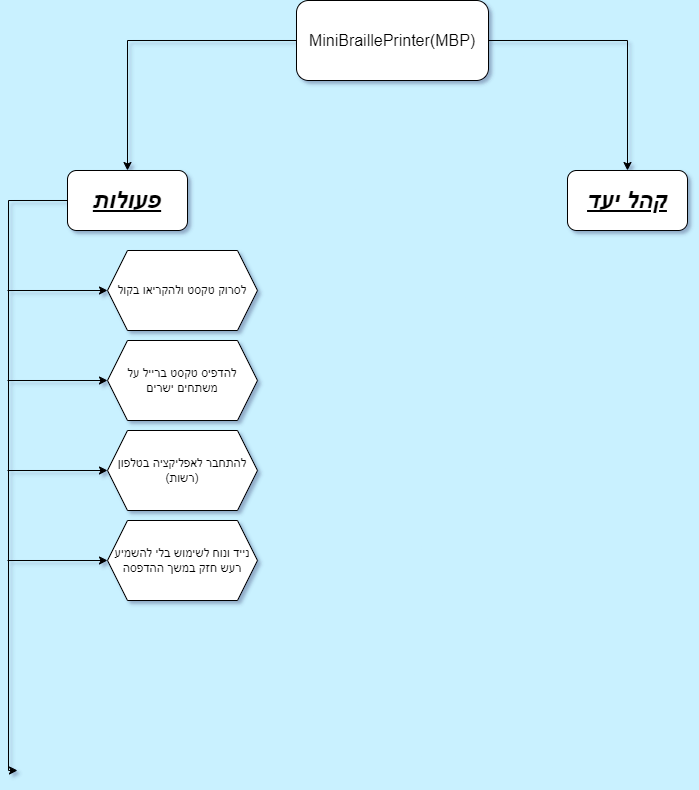
Earlier version of the draw.io export flowchart1.drawio.png (itay830/MABAT-Flowchart). Source tidied: cells renumbered, new cells last; positions are measured from the earlier drawing's top-left corner, leaving out a move shared by most shapes.
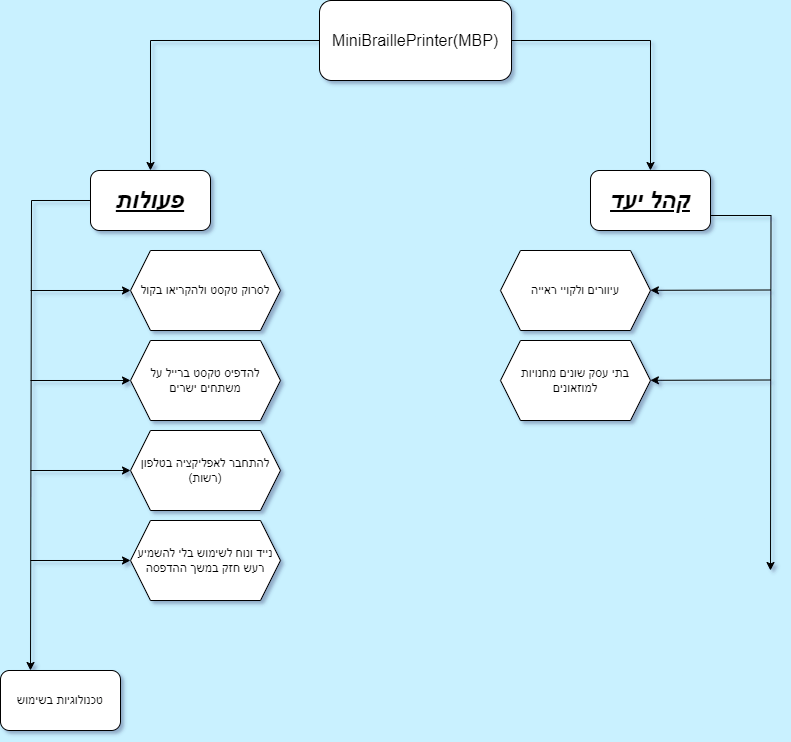
Later version of the same file.

The edit, as a diff of the source:
```diff
@@ -11,9 +11,8 @@
     <mxCell id="4" value="&lt;p dir=&quot;RTL&quot; class=&quot;MsoNormal&quot;&gt;&lt;span style=&quot;font-size:12.0pt;font-family:&lt;br/&gt;&amp;quot;David&amp;quot;,sans-serif&quot; dir=&quot;LTR&quot;&gt;MiniBraillePrinter(MBP)&lt;/span&gt;&lt;/p&gt;" style="rounded=1;whiteSpace=wrap;html=1;" parent="1" vertex="1">
       <mxGeometry x="289" width="192" height="80" as="geometry" />
     </mxCell>
-    <mxCell id="5" style="edgeStyle=orthogonalEdgeStyle;rounded=0;jettySize=auto;html=1;exitX=0;exitY=0.5;exitDx=0;exitDy=0;" parent="1" edge="1" source="6">
+    <mxCell id="5" style="edgeStyle=orthogonalEdgeStyle;rounded=0;jettySize=auto;html=1;exitX=0;exitY=0.5;exitDx=0;exitDy=0;entryX=0.25;entryY=0;entryDx=0;entryDy=0;" parent="1" edge="1" source="6" target="17">
       <mxGeometry relative="1" as="geometry">
-        <mxPoint x="10" y="770" as="targetPoint" />
         <Array as="points">
           <mxPoint x="1" y="200" />
         </Array>
@@ -22,6 +21,11 @@
     <mxCell id="6" value="&lt;h1&gt;&lt;i&gt;&lt;u&gt;פעולות&lt;/u&gt;&lt;/i&gt;&lt;/h1&gt;" style="rounded=1;whiteSpace=wrap;html=1;" parent="1" vertex="1">
       <mxGeometry x="60" y="170" width="120" height="60" as="geometry" />
     </mxCell>
+    <mxCell id="16" style="edgeStyle=orthogonalEdgeStyle;rounded=0;jettySize=auto;html=1;exitX=1;exitY=0.75;exitDx=0;exitDy=0;" parent="1" edge="1" source="7">
+      <mxGeometry relative="1" as="geometry">
+        <mxPoint x="740" y="570" as="targetPoint" />
+      </mxGeometry>
+    </mxCell>
     <mxCell id="7" value="&lt;h1&gt;&lt;i&gt;&lt;u&gt;קהל יעד&lt;/u&gt;&lt;/i&gt;&lt;/h1&gt;" style="rounded=1;whiteSpace=wrap;html=1;" parent="1" vertex="1">
       <mxGeometry x="560" y="170" width="120" height="60" as="geometry" />
     </mxCell>
@@ -57,5 +61,24 @@
     <mxCell id="15" value="נייד ונוח לשימוש בלי להשמיע רעש חזק במשך ההדפסה" style="shape=hexagon;perimeter=hexagonPerimeter2;whiteSpace=wrap;html=1;fixedSize=1;" parent="1" vertex="1">
       <mxGeometry x="100" y="520" width="150" height="80" as="geometry" />
     </mxCell>
+    <mxCell id="17" value="טכנולוגיות בשימוש" style="rounded=1;whiteSpace=wrap;html=1;" parent="1" vertex="1">
+      <mxGeometry x="-30" y="670" width="120" height="60" as="geometry" />
+    </mxCell>
+    <mxCell id="18" style="endArrow=classic;html=1;rounded=0;" parent="1" edge="1" target="19">
+      <mxGeometry relative="1" as="geometry">
+        <mxPoint x="740" y="289.5" as="sourcePoint" />
+      </mxGeometry>
+    </mxCell>
+    <mxCell id="19" value="עיוורים ולקויי ראייה" style="shape=hexagon;perimeter=hexagonPerimeter2;whiteSpace=wrap;html=1;fixedSize=1;" parent="1" vertex="1">
+      <mxGeometry x="470" y="250" width="150" height="80" as="geometry" />
+    </mxCell>
+    <mxCell id="20" style="endArrow=classic;html=1;rounded=0;" parent="1" edge="1" target="21">
+      <mxGeometry relative="1" as="geometry">
+        <mxPoint x="740" y="379.5" as="sourcePoint" />
+      </mxGeometry>
+    </mxCell>
+    <mxCell id="21" value="בתי עסק שונים מחנויות למוזאונים" style="shape=hexagon;perimeter=hexagonPerimeter2;whiteSpace=wrap;html=1;fixedSize=1;" parent="1" vertex="1">
+      <mxGeometry x="470" y="340" width="150" height="80" as="geometry" />
+    </mxCell>
   </root>
 </mxGraphModel>
```
